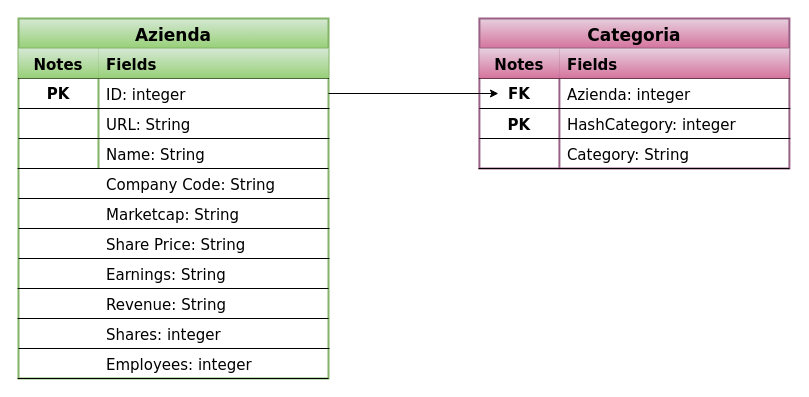
The draw.io diagram Modelli di dati/marketCap-schema.drawio in piebaroni/Web-Scraping-homework5, before the edit. Source tidied: cells renumbered, new cells numbered last; positions are measured from the earlier drawing's top-left corner, leaving out a move shared by most shapes. Both pictures are drawn from the tidied source at 100%, with x=0, y=0 at pixel (17, 18).
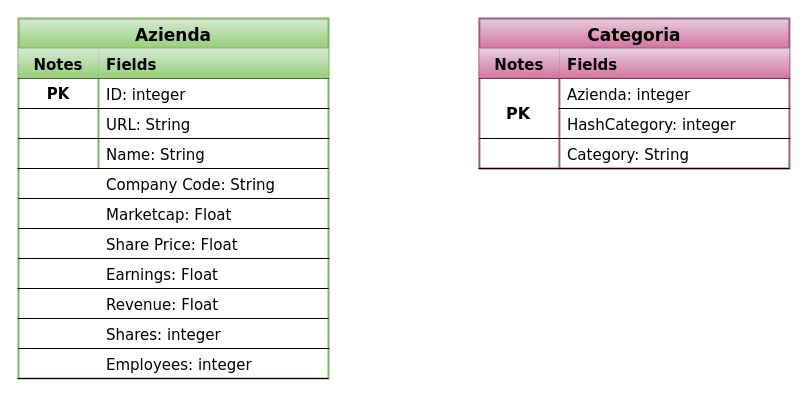
The same diagram, later.

The change refers to these unchanged cells:
```xml
<mxCell id="6" style="shape=partialRectangle;fillColor=none;top=0;left=0;bottom=0;right=0;points=[[0,0.5],[1,0.5]];portConstraint=eastwest;fontSize=15;fontFamily=Verdana;" parent="2" vertex="1">
  <mxGeometry y="60" width="310" height="30" as="geometry" />
</mxCell>
<mxCell id="21" style="shape=partialRectangle;fillColor=none;top=0;left=0;bottom=0;right=0;fontSize=15;perimeterSpacing=0;strokeColor=#000000;fontFamily=Verdana;" parent="1" vertex="1">
  <mxGeometry x="1" y="180" width="310" height="30" as="geometry" />
</mxCell>
<mxCell id="24" style="shape=partialRectangle;fillColor=none;top=0;left=0;bottom=0;right=0;fontSize=15;fontFamily=Verdana;" parent="1" vertex="1">
  <mxGeometry x="1" y="210" width="310" height="30" as="geometry" />
</mxCell>
<mxCell id="27" style="shape=partialRectangle;fillColor=none;top=0;left=0;bottom=0;right=0;fontSize=15;fontFamily=Verdana;" parent="1" vertex="1">
  <mxGeometry x="1" y="240" width="310" height="30" as="geometry" />
</mxCell>
<mxCell id="47" style="shape=partialRectangle;fillColor=none;top=0;left=0;bottom=0;right=0;points=[[0,0.5],[1,0.5]];portConstraint=eastwest;fontSize=15;fontFamily=Verdana;" parent="43" vertex="1">
  <mxGeometry y="60" width="310" height="30" as="geometry" />
</mxCell>
<mxCell id="50" style="shape=partialRectangle;fillColor=none;top=0;left=0;bottom=0;right=0;fontSize=15;fontFamily=Verdana;" parent="43" vertex="1">
  <mxGeometry y="90" width="310" height="30" as="geometry" />
</mxCell>
```

The edit, as a diff of the source:
```diff
@@
-    <mxCell id="23" value="Marketcap: String" style="shape=partialRectangle;fillColor=none;top=0;left=0;bottom=0;right=0;align=left;spacingLeft=6;overflow=hidden;fontSize=15;fontFamily=Verdana;" parent="21" vertex="1">
+    <mxCell id="23" value="Marketcap: Float" style="shape=partialRectangle;fillColor=none;top=0;left=0;bottom=0;right=0;align=left;spacingLeft=6;overflow=hidden;fontSize=15;fontFamily=Verdana;" parent="21" vertex="1">
       <mxGeometry x="80" width="230" height="30" as="geometry" />
     </mxCell>
@@
-    <mxCell id="26" value="Share Price: String" style="shape=partialRectangle;fillColor=none;top=0;left=0;bottom=0;right=0;align=left;spacingLeft=6;overflow=hidden;fontSize=15;fontFamily=Verdana;" parent="24" vertex="1">
+    <mxCell id="26" value="Share Price: Float" style="shape=partialRectangle;fillColor=none;top=0;left=0;bottom=0;right=0;align=left;spacingLeft=6;overflow=hidden;fontSize=15;fontFamily=Verdana;" parent="24" vertex="1">
       <mxGeometry x="80" width="230" height="30" as="geometry" />
     </mxCell>
@@
-    <mxCell id="29" value="Earnings: String" style="shape=partialRectangle;fillColor=none;top=0;left=0;bottom=0;right=0;align=left;spacingLeft=6;overflow=hidden;fontSize=15;fontFamily=Verdana;" parent="27" vertex="1">
+    <mxCell id="29" value="Earnings: Float" style="shape=partialRectangle;fillColor=none;top=0;left=0;bottom=0;right=0;align=left;spacingLeft=6;overflow=hidden;fontSize=15;fontFamily=Verdana;" parent="27" vertex="1">
       <mxGeometry x="80" width="230" height="30" as="geometry" />
     </mxCell>
-    <mxCell id="30" value="Revenue: String" style="shape=partialRectangle;fillColor=none;top=0;left=0;bottom=0;right=0;align=left;spacingLeft=6;overflow=hidden;fontSize=15;fontFamily=Verdana;" parent="1" vertex="1">
+    <mxCell id="30" value="Revenue: Float" style="shape=partialRectangle;fillColor=none;top=0;left=0;bottom=0;right=0;align=left;spacingLeft=6;overflow=hidden;fontSize=15;fontFamily=Verdana;" parent="1" vertex="1">
       <mxGeometry x="81" y="270" width="230" height="30" as="geometry" />
     </mxCell>
@@
-    <mxCell id="51" value="PK" style="shape=partialRectangle;fillColor=none;top=0;left=0;bottom=0;right=0;overflow=hidden;fontSize=15;fontFamily=Verdana;fontStyle=1;" parent="50" vertex="1">
+    <mxCell id="51" style="shape=partialRectangle;fillColor=none;top=0;left=0;bottom=0;right=0;overflow=hidden;fontSize=15;fontFamily=Verdana;fontStyle=1;" parent="50" vertex="1">
       <mxGeometry width="80" height="30" as="geometry" />
     </mxCell>
@@
-    <mxCell id="59" value="FK" style="text;html=1;strokeColor=none;fillColor=none;align=center;verticalAlign=middle;whiteSpace=wrap;rounded=0;fontSize=15;fontStyle=1;fontFamily=Verdana;" parent="1" vertex="1">
-      <mxGeometry x="461.9" y="60" width="80" height="30" as="geometry" />
-    </mxCell>
-    <mxCell id="60" style="endArrow=none;html=1;rounded=0;fontSize=15;entryX=1.003;entryY=1;entryDx=0;entryDy=0;entryPerimeter=0;exitX=0;exitY=1;exitDx=0;exitDy=0;strokeWidth=1;fontFamily=Verdana;" parent="1" edge="1" source="59" target="47">
-      <mxGeometry relative="1" as="geometry" />
+    <mxCell id="60" style="endArrow=none;html=1;rounded=0;fontSize=15;entryX=1.003;entryY=1;entryDx=0;entryDy=0;entryPerimeter=0;strokeWidth=1;fontFamily=Verdana;" parent="1" edge="1" target="47">
+      <mxGeometry relative="1" as="geometry">
+        <mxPoint x="541" y="90" as="sourcePoint" />
+      </mxGeometry>
     </mxCell>
@@
-    <mxCell id="63" style="endArrow=classic;html=1;rounded=0;entryX=0.238;entryY=0.5;entryDx=0;entryDy=0;entryPerimeter=0;" parent="1" edge="1" source="6" target="59">
-      <mxGeometry relative="1" as="geometry" />
-    </mxCell>
+    <mxCell id="64" value="PK" style="text;html=1;strokeColor=none;fillColor=none;align=center;verticalAlign=middle;whiteSpace=wrap;rounded=0;fontFamily=Verdana;fontSize=16;fontStyle=1;" parent="1" vertex="1">
+      <mxGeometry x="471" y="80" width="60" height="30" as="geometry" />
+    </mxCell>
```
